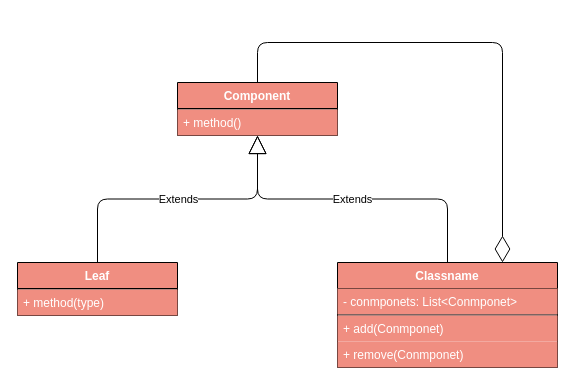
Above: docs/drawio/Composite.drawio in CodePoem/VDesignPatterns (draw.io), before the change. Source tidied: cells renumbered, new cells numbered last; positions are measured from the earlier drawing's top-left corner, leaving out a move shared by most shapes. Both pictures are drawn from the tidied source at 100%, with x=0, y=0 at pixel (17, 42).
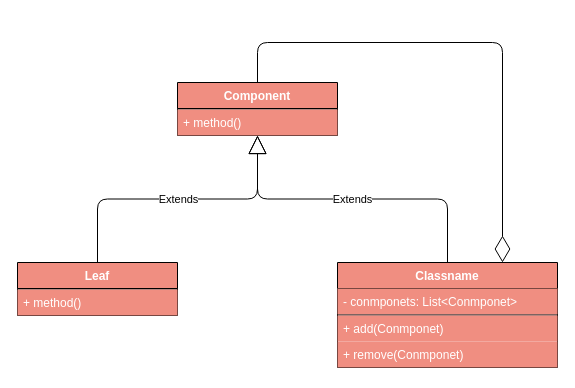
After the change.

What changed in the source:
```diff
@@
 <mxGraphModel>
   <root>
     <mxCell id="0" />
     <mxCell id="1" parent="0" />
     <mxCell id="2" value="Component" style="swimlane;fontStyle=1;align=center;verticalAlign=top;horizontal=1;startSize=26;fillColor=#F08E81;fontColor=#FFFFFF;" parent="1" vertex="1">
       <mxGeometry x="160" y="40" width="160" height="53" as="geometry" />
     </mxCell>
     <mxCell id="3" style="line;strokeWidth=1;fillColor=#F08E81;align=left;verticalAlign=middle;spacingTop=-1;spacingLeft=3;spacingRight=3;labelPosition=right;fontColor=#FFFFFF;" parent="2" vertex="1">
       <mxGeometry y="26" width="160" height="1" as="geometry" />
     </mxCell>
     <mxCell id="4" value="+ method()" style="text;strokeColor=none;fillColor=#F08E81;align=left;verticalAlign=top;spacingLeft=4;spacingRight=4;overflow=hidden;fontColor=#FFFFFF;" parent="2" vertex="1">
       <mxGeometry y="27" width="160" height="26" as="geometry" />
     </mxCell>
     <mxCell id="5" value="Classname" style="swimlane;fontStyle=1;align=center;verticalAlign=top;horizontal=1;startSize=26;fillColor=#F08E81;fontColor=#FFFFFF;" parent="1" vertex="1">
       <mxGeometry x="320" y="220" width="220" height="105" as="geometry" />
     </mxCell>
     <mxCell id="6" value="- conmponets: List&lt;Conmponet&gt;" style="text;strokeColor=none;fillColor=#F08E81;align=left;verticalAlign=top;spacingLeft=4;spacingRight=4;overflow=hidden;fontColor=#FFFFFF;" parent="5" vertex="1">
       <mxGeometry y="26" width="220" height="26" as="geometry" />
     </mxCell>
     <mxCell id="7" style="line;strokeWidth=1;fillColor=#F08E81;align=left;verticalAlign=middle;spacingTop=-1;spacingLeft=3;spacingRight=3;labelPosition=right;fontColor=#FFFFFF;" parent="5" vertex="1">
       <mxGeometry y="52" width="220" height="1" as="geometry" />
     </mxCell>
     <mxCell id="8" value="+ add(Conmponet)" style="text;strokeColor=none;fillColor=#F08E81;align=left;verticalAlign=top;spacingLeft=4;spacingRight=4;overflow=hidden;fontColor=#FFFFFF;" parent="5" vertex="1">
       <mxGeometry y="53" width="220" height="26" as="geometry" />
     </mxCell>
     <mxCell id="9" value="+ remove(Conmponet)" style="text;strokeColor=none;fillColor=#F08E81;align=left;verticalAlign=top;spacingLeft=4;spacingRight=4;overflow=hidden;fontColor=#FFFFFF;" parent="5" vertex="1">
       <mxGeometry y="79" width="220" height="26" as="geometry" />
     </mxCell>
     <mxCell id="10" value="Leaf" style="swimlane;fontStyle=1;align=center;verticalAlign=top;horizontal=1;startSize=26;fillColor=#F08E81;fontColor=#FFFFFF;" parent="1" vertex="1">
       <mxGeometry y="220" width="160" height="53" as="geometry" />
     </mxCell>
     <mxCell id="11" style="line;strokeWidth=1;fillColor=#F08E81;align=left;verticalAlign=middle;spacingTop=-1;spacingLeft=3;spacingRight=3;labelPosition=right;fontColor=#FFFFFF;" parent="10" vertex="1">
       <mxGeometry y="26" width="160" height="1" as="geometry" />
     </mxCell>
-    <mxCell id="12" value="+ method(type)" style="text;strokeColor=none;fillColor=#F08E81;align=left;verticalAlign=top;spacingLeft=4;spacingRight=4;overflow=hidden;fontColor=#FFFFFF;" parent="10" vertex="1">
+    <mxCell id="12" value="+ method()" style="text;strokeColor=none;fillColor=#F08E81;align=left;verticalAlign=top;spacingLeft=4;spacingRight=4;overflow=hidden;fontColor=#FFFFFF;" parent="10" vertex="1">
       <mxGeometry y="27" width="160" height="26" as="geometry" />
     </mxCell>
     <mxCell id="13" value="Extends" style="endArrow=block;endSize=16;endFill=0;html=1;fontColor=#000000;exitX=0.5;exitY=0;exitDx=0;exitDy=0;edgeStyle=orthogonalEdgeStyle;entryX=0.5;entryY=1;entryDx=0;entryDy=0;" parent="1" edge="1" source="10" target="2">
       <mxGeometry relative="1" as="geometry" />
     </mxCell>
     <mxCell id="14" value="Extends" style="endArrow=block;endSize=16;endFill=0;html=1;fontColor=#000000;exitX=0.5;exitY=0;exitDx=0;exitDy=0;entryX=0.5;entryY=1;entryDx=0;entryDy=0;edgeStyle=orthogonalEdgeStyle;" parent="1" edge="1" source="5" target="2">
       <mxGeometry relative="1" as="geometry" />
     </mxCell>
     <mxCell id="15" style="endArrow=diamondThin;endFill=0;endSize=24;html=1;fontColor=#000000;entryX=0.75;entryY=0;entryDx=0;entryDy=0;exitX=0.5;exitY=0;exitDx=0;exitDy=0;edgeStyle=orthogonalEdgeStyle;" parent="1" edge="1" source="2" target="5">
       <mxGeometry relative="1" as="geometry">
         <Array as="points">
           <mxPoint x="240" />
           <mxPoint x="485" />
         </Array>
       </mxGeometry>
     </mxCell>
   </root>
 </mxGraphModel>
```
